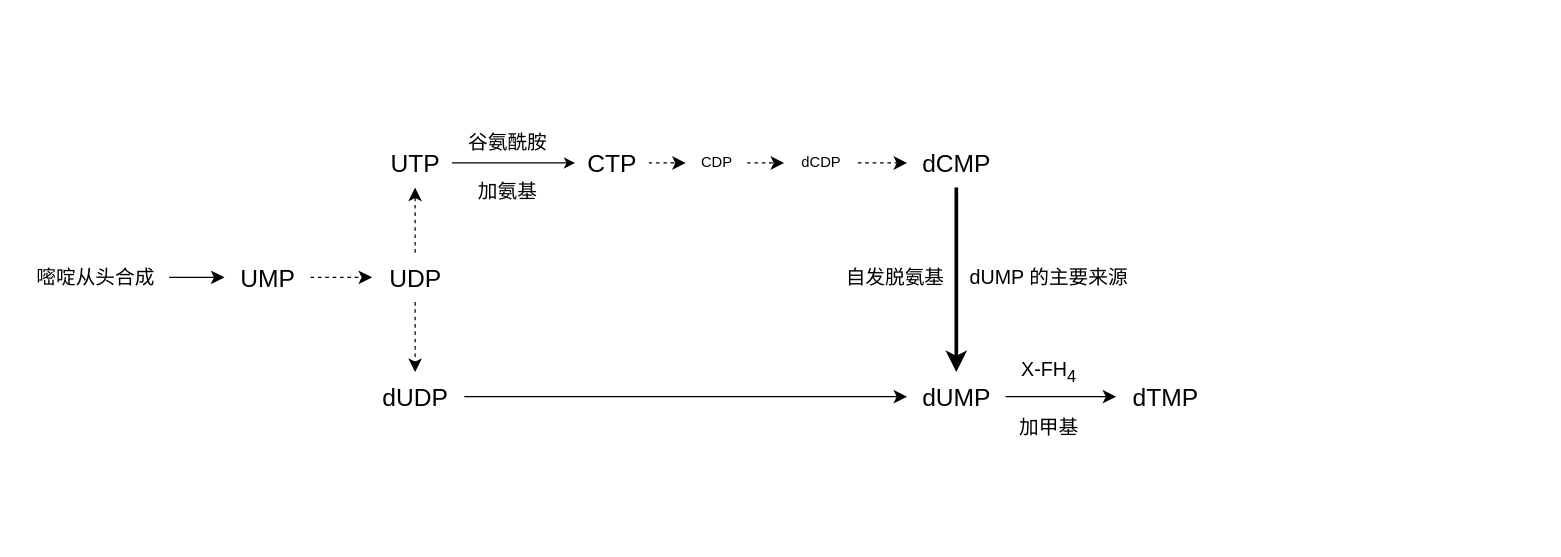
This is content/series/生物化学与分子生物学/核苷酸代谢/嘧啶核苷酸代谢/嘧啶核苷酸转化.drawio from daisilia/daisilia.github.io, a draw.io file, before an edit. Source tidied: cells renumbered, new cells numbered last; positions are measured from the earlier drawing's top-left corner, leaving out a move shared by most shapes. Both pictures are drawn from the tidied source at 123%, with x=0, y=0 at pixel (21, 123).
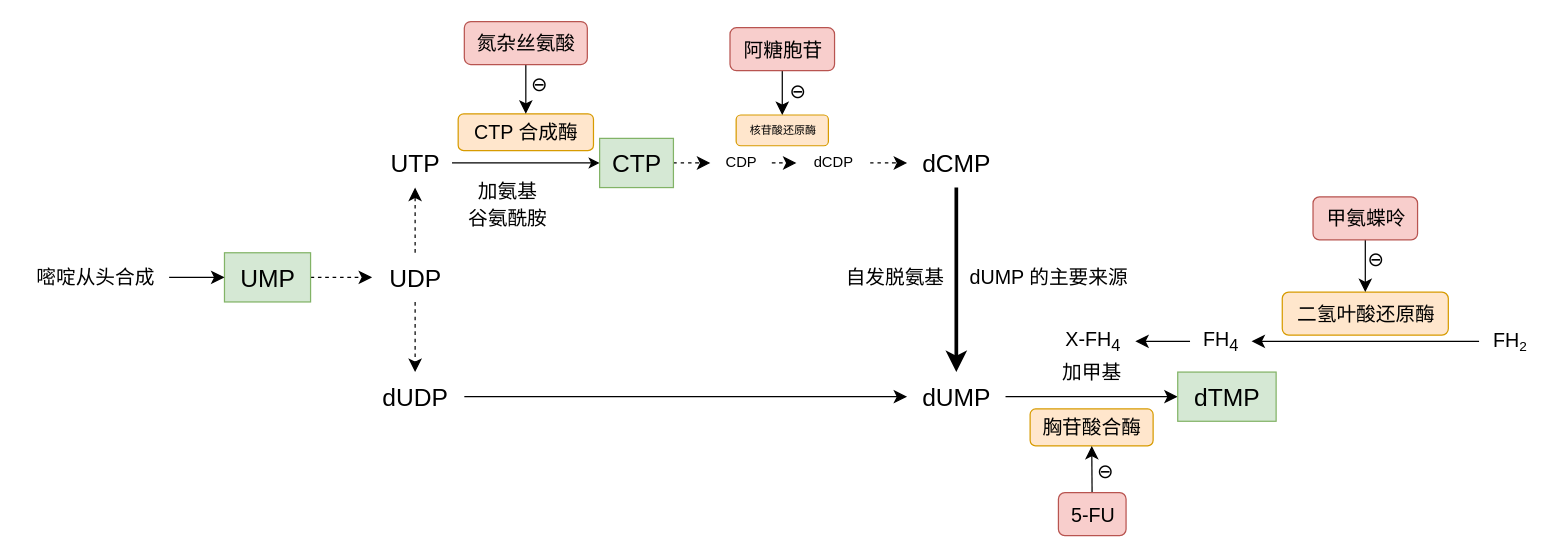
The same page after the edit.

The edit, as a diff of the source:
```diff
@@
-    <mxCell id="3" value="UMP" style="text;html=1;align=center;verticalAlign=middle;points=[];strokeColor=none;fillColor=none;fontSize=20;" parent="1" vertex="1">
+    <mxCell id="3" value="UMP" style="text;html=1;align=center;verticalAlign=middle;points=[];strokeColor=#82b366;fillColor=#d5e8d4;fontSize=20;" parent="1" vertex="1">
       <mxGeometry x="165" y="105" width="70" height="40" as="geometry" />
     </mxCell>
@@
-    <mxCell id="15" value="dTMP" style="text;html=1;align=center;verticalAlign=middle;points=[];strokeColor=none;fillColor=none;fontSize=20;" parent="1" vertex="1">
-      <mxGeometry x="890" y="202" width="80" height="40" as="geometry" />
+    <mxCell id="15" value="dTMP" style="text;html=1;align=center;verticalAlign=middle;points=[];strokeColor=#82b366;fillColor=#d5e8d4;fontSize=20;" parent="1" vertex="1">
+      <mxGeometry x="940" y="202" width="80" height="40" as="geometry" />
     </mxCell>
@@
-    <mxCell id="17" value="CTP" style="text;html=1;align=center;verticalAlign=middle;points=[];strokeColor=none;fillColor=none;fontSize=20;" parent="1" vertex="1">
-      <mxGeometry x="450" y="12" width="60" height="40" as="geometry" />
+    <mxCell id="17" value="CTP" style="text;html=1;align=center;verticalAlign=middle;points=[];strokeColor=#82b366;fillColor=#d5e8d4;fontSize=20;" parent="1" vertex="1">
+      <mxGeometry x="470" y="12" width="60" height="40" as="geometry" />
     </mxCell>
@@
     <mxCell id="19" value="CDP" style="text;html=1;align=center;verticalAlign=middle;points=[];strokeColor=none;fillColor=none;fontSize=12;" parent="1" vertex="1">
-      <mxGeometry x="540" y="17" width="50" height="30" as="geometry" />
+      <mxGeometry x="560" y="17" width="50" height="30" as="geometry" />
     </mxCell>
@@
     <mxCell id="21" value="dCDP" style="text;html=1;align=center;verticalAlign=middle;points=[];strokeColor=none;fillColor=none;fontSize=12;" parent="1" vertex="1">
-      <mxGeometry x="620" y="17" width="60" height="30" as="geometry" />
+      <mxGeometry x="630" y="17" width="60" height="30" as="geometry" />
     </mxCell>
@@
     <mxCell id="24" value="谷氨酰胺" style="text;html=1;align=center;verticalAlign=middle;strokeColor=none;fillColor=none;fontSize=16;" parent="1" vertex="1">
-      <mxGeometry x="350" width="90" height="30" as="geometry" />
+      <mxGeometry x="350" y="62" width="90" height="30" as="geometry" />
     </mxCell>
@@
     <mxCell id="26" value="加甲基" style="text;html=1;align=center;verticalAlign=middle;strokeColor=none;fillColor=none;fontSize=16;" parent="1" vertex="1">
-      <mxGeometry x="800" y="232" width="70" height="30" as="geometry" />
+      <mxGeometry x="835" y="187" width="70" height="30" as="geometry" />
     </mxCell>
     <mxCell id="27" value="X-FH&lt;sub&gt;4&lt;/sub&gt;" style="text;html=1;align=center;verticalAlign=middle;points=[];strokeColor=none;fillColor=none;fontSize=16;" parent="1" vertex="1">
-      <mxGeometry x="800" y="182" width="70" height="40" as="geometry" />
+      <mxGeometry x="835.5" y="157" width="70" height="40" as="geometry" />
     </mxCell>
@@
+    <mxCell id="30" value="胸苷酸合酶" style="text;html=1;align=center;verticalAlign=middle;points=[];strokeColor=#d79b00;fillColor=#ffe6cc;fontSize=16;rounded=1;" parent="1" vertex="1">
+      <mxGeometry x="820" y="232" width="100" height="30" as="geometry" />
+    </mxCell>
+    <mxCell id="31" style="edgeStyle=none;curved=1;rounded=0;jettySize=auto;html=1;fontSize=12;startSize=8;endSize=8;" parent="1" edge="1" source="33" target="30">
+      <mxGeometry relative="1" as="geometry" />
+    </mxCell>
+    <mxCell id="32" value="⊖" style="edgeLabel;html=1;align=center;verticalAlign=middle;fontSize=16;" parent="31" vertex="1">
+      <mxGeometry x="-0.04" y="2" relative="1" as="geometry">
+        <mxPoint x="12" as="offset" />
+      </mxGeometry>
+    </mxCell>
+    <mxCell id="33" value="5-FU" style="text;html=1;align=center;verticalAlign=middle;points=[];strokeColor=#b85450;fillColor=#f8cecc;fontSize=16;rounded=1;" parent="1" vertex="1">
+      <mxGeometry x="843" y="300" width="55" height="35" as="geometry" />
+    </mxCell>
+    <mxCell id="34" value="CTP 合成酶" style="text;html=1;align=center;verticalAlign=middle;points=[];strokeColor=#d79b00;fillColor=#ffe6cc;fontSize=16;rounded=1;" parent="1" vertex="1">
+      <mxGeometry x="355" y="-8" width="110" height="30" as="geometry" />
+    </mxCell>
+    <mxCell id="35" style="edgeStyle=none;curved=1;rounded=0;jettySize=auto;html=1;fontSize=12;startSize=8;endSize=8;" parent="1" edge="1" source="37" target="34">
+      <mxGeometry relative="1" as="geometry" />
+    </mxCell>
+    <mxCell id="36" value="⊖" style="edgeLabel;html=1;align=center;verticalAlign=middle;fontSize=16;" parent="35" vertex="1">
+      <mxGeometry x="-0.42" y="2" relative="1" as="geometry">
+        <mxPoint x="8" y="3" as="offset" />
+      </mxGeometry>
+    </mxCell>
+    <mxCell id="37" value="氮杂丝氨酸" style="text;html=1;align=center;verticalAlign=middle;points=[];strokeColor=#b85450;fillColor=#f8cecc;fontSize=16;rounded=1;" parent="1" vertex="1">
+      <mxGeometry x="360" y="-83" width="100" height="35" as="geometry" />
+    </mxCell>
+    <mxCell id="38" value="核苷酸还原酶" style="text;html=1;align=center;verticalAlign=middle;points=[];strokeColor=#d79b00;fillColor=#ffe6cc;fontSize=9;rounded=1;" parent="1" vertex="1">
+      <mxGeometry x="581" y="-7" width="75" height="25" as="geometry" />
+    </mxCell>
+    <mxCell id="39" style="edgeStyle=none;curved=1;rounded=0;jettySize=auto;html=1;fontSize=12;startSize=8;endSize=8;" parent="1" edge="1" source="41" target="38">
+      <mxGeometry relative="1" as="geometry" />
+    </mxCell>
+    <mxCell id="40" value="⊖" style="edgeLabel;html=1;align=center;verticalAlign=middle;fontSize=16;" parent="39" vertex="1">
+      <mxGeometry x="-0.25" y="-1" relative="1" as="geometry">
+        <mxPoint x="13" y="2" as="offset" />
+      </mxGeometry>
+    </mxCell>
+    <mxCell id="41" value="阿糖胞苷" style="text;html=1;align=center;verticalAlign=middle;points=[];strokeColor=#b85450;fillColor=#f8cecc;fontSize=16;rounded=1;" parent="1" vertex="1">
+      <mxGeometry x="576" y="-78" width="85" height="35" as="geometry" />
+    </mxCell>
+    <mxCell id="42" style="edgeStyle=none;curved=1;rounded=0;jettySize=auto;html=1;fontSize=12;startSize=8;endSize=8;" parent="1" edge="1" source="43" target="27">
+      <mxGeometry relative="1" as="geometry" />
+    </mxCell>
+    <mxCell id="43" value="FH&lt;sub&gt;4&lt;/sub&gt;" style="text;html=1;align=center;verticalAlign=middle;points=[];strokeColor=none;fillColor=none;fontSize=16;" parent="1" vertex="1">
+      <mxGeometry x="950" y="157" width="50" height="40" as="geometry" />
+    </mxCell>
+    <mxCell id="44" style="edgeStyle=none;curved=1;rounded=0;jettySize=auto;html=1;fontSize=12;startSize=8;endSize=8;" parent="1" edge="1" source="45" target="43">
+      <mxGeometry relative="1" as="geometry" />
+    </mxCell>
+    <mxCell id="45" value="FH&lt;span style=&quot;font-size: 13.3333px;&quot;&gt;&lt;sub&gt;2&lt;/sub&gt;&lt;/span&gt;" style="text;html=1;align=center;verticalAlign=middle;points=[];strokeColor=none;fillColor=none;fontSize=16;" parent="1" vertex="1">
+      <mxGeometry x="1185" y="159.5" width="50" height="35" as="geometry" />
+    </mxCell>
+    <mxCell id="46" value="二氢叶酸还原酶" style="text;html=1;align=center;verticalAlign=middle;points=[];strokeColor=#d79b00;fillColor=#ffe6cc;fontSize=16;rounded=1;" parent="1" vertex="1">
+      <mxGeometry x="1025" y="137" width="135" height="35" as="geometry" />
+    </mxCell>
+    <mxCell id="47" style="edgeStyle=none;curved=1;rounded=0;jettySize=auto;html=1;fontSize=12;startSize=8;endSize=8;" parent="1" edge="1" source="49" target="46">
+      <mxGeometry relative="1" as="geometry" />
+    </mxCell>
+    <mxCell id="48" value="⊖" style="edgeLabel;html=1;align=center;verticalAlign=middle;fontSize=16;" parent="47" vertex="1">
+      <mxGeometry x="-0.32" relative="1" as="geometry">
+        <mxPoint x="8" y="1" as="offset" />
+      </mxGeometry>
+    </mxCell>
+    <mxCell id="49" value="甲氨蝶呤" style="text;html=1;align=center;verticalAlign=middle;points=[];strokeColor=#b85450;fillColor=#f8cecc;fontSize=16;rounded=1;" parent="1" vertex="1">
+      <mxGeometry x="1050" y="59.5" width="85" height="35" as="geometry" />
+    </mxCell>
```
